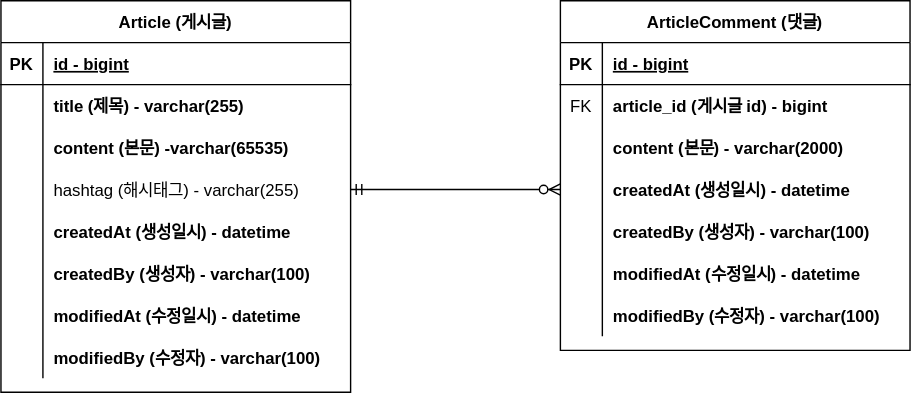
Above: board/docs/board-erd.svg in haerong22/Study (draw.io), before the change. Source tidied: cells renumbered, new cells last; positions are measured from the earlier drawing's top-left corner, leaving out a move shared by most shapes. The source it was exported from:
```xml
<mxGraphModel>
  <root>
    <mxCell id="0" />
    <mxCell id="1" parent="0" />
    <mxCell id="2" value="Article (게시글)" style="shape=table;startSize=30;rowLines=0;fontStyle=1;align=center;" parent="1" vertex="1">
      <mxGeometry width="250" height="280" as="geometry" />
    </mxCell>
    <mxCell id="3" style="shape=partialRectangle;fillColor=none;top=0;left=0;right=0;bottom=1;" parent="2" vertex="1">
      <mxGeometry y="30" width="250" height="30" as="geometry" />
    </mxCell>
    <mxCell id="4" value="PK" style="shape=partialRectangle;overflow=hidden;fillColor=none;top=0;left=0;bottom=0;right=0;fontStyle=1;" parent="3" vertex="1">
      <mxGeometry width="30" height="30" as="geometry" />
    </mxCell>
    <mxCell id="5" value="id - bigint" style="shape=partialRectangle;overflow=hidden;fillColor=none;top=0;left=0;bottom=0;right=0;align=left;spacingLeft=6;fontStyle=5;" parent="3" vertex="1">
      <mxGeometry x="30" width="220" height="30" as="geometry" />
    </mxCell>
    <mxCell id="6" style="shape=partialRectangle;fillColor=none;top=0;left=0;right=0;bottom=0;" parent="2" vertex="1">
      <mxGeometry y="60" width="250" height="30" as="geometry" />
    </mxCell>
    <mxCell id="7" style="shape=partialRectangle;overflow=hidden;fillColor=none;top=0;left=0;bottom=0;right=0;" parent="6" vertex="1">
      <mxGeometry width="30" height="30" as="geometry" />
    </mxCell>
    <mxCell id="8" value="title (제목) - varchar(255)" style="shape=partialRectangle;overflow=hidden;fillColor=none;top=0;left=0;bottom=0;right=0;align=left;spacingLeft=6;fontStyle=1;" parent="6" vertex="1">
      <mxGeometry x="30" width="220" height="30" as="geometry" />
    </mxCell>
    <mxCell id="9" style="shape=partialRectangle;fillColor=none;top=0;left=0;right=0;bottom=0;" parent="2" vertex="1">
      <mxGeometry y="90" width="250" height="30" as="geometry" />
    </mxCell>
    <mxCell id="10" style="shape=partialRectangle;overflow=hidden;fillColor=none;top=0;left=0;bottom=0;right=0;" parent="9" vertex="1">
      <mxGeometry width="30" height="30" as="geometry" />
    </mxCell>
    <mxCell id="11" value="content (본문) -varchar(65535)" style="shape=partialRectangle;overflow=hidden;fillColor=none;top=0;left=0;bottom=0;right=0;align=left;spacingLeft=6;fontStyle=1;" parent="9" vertex="1">
      <mxGeometry x="30" width="220" height="30" as="geometry" />
    </mxCell>
    <mxCell id="12" style="shape=partialRectangle;fillColor=none;points=[[0,0.5],[1,0.5]];portConstraint=eastwest;top=0;left=0;right=0;bottom=0;" parent="2" vertex="1">
      <mxGeometry y="120" width="250" height="30" as="geometry" />
    </mxCell>
    <mxCell id="13" style="shape=partialRectangle;overflow=hidden;fillColor=none;top=0;left=0;bottom=0;right=0;" parent="12" vertex="1">
      <mxGeometry width="30" height="30" as="geometry" />
    </mxCell>
    <mxCell id="14" value="hashtag (해시태그) - varchar(255)" style="shape=partialRectangle;overflow=hidden;fillColor=none;top=0;left=0;bottom=0;right=0;align=left;spacingLeft=6;" parent="12" vertex="1">
      <mxGeometry x="30" width="220" height="30" as="geometry" />
    </mxCell>
    <mxCell id="15" style="shape=partialRectangle;fillColor=none;top=0;left=0;right=0;bottom=0;" parent="2" vertex="1">
      <mxGeometry y="150" width="250" height="30" as="geometry" />
    </mxCell>
    <mxCell id="16" style="shape=partialRectangle;overflow=hidden;fillColor=none;top=0;left=0;bottom=0;right=0;" parent="15" vertex="1">
      <mxGeometry width="30" height="30" as="geometry" />
    </mxCell>
    <mxCell id="17" value="createdAt (생성일시) - datetime" style="shape=partialRectangle;overflow=hidden;fillColor=none;top=0;left=0;bottom=0;right=0;align=left;spacingLeft=6;fontStyle=1;" parent="15" vertex="1">
      <mxGeometry x="30" width="220" height="30" as="geometry" />
    </mxCell>
    <mxCell id="18" style="shape=partialRectangle;fillColor=none;top=0;left=0;right=0;bottom=0;" parent="2" vertex="1">
      <mxGeometry y="180" width="250" height="30" as="geometry" />
    </mxCell>
    <mxCell id="19" style="shape=partialRectangle;overflow=hidden;fillColor=none;top=0;left=0;bottom=0;right=0;" parent="18" vertex="1">
      <mxGeometry width="30" height="30" as="geometry" />
    </mxCell>
    <mxCell id="20" value="createdBy (생성자) - varchar(100)" style="shape=partialRectangle;overflow=hidden;fillColor=none;top=0;left=0;bottom=0;right=0;align=left;spacingLeft=6;fontStyle=1;" parent="18" vertex="1">
      <mxGeometry x="30" width="220" height="30" as="geometry" />
    </mxCell>
    <mxCell id="21" style="shape=partialRectangle;fillColor=none;top=0;left=0;right=0;bottom=0;" parent="2" vertex="1">
      <mxGeometry y="210" width="250" height="30" as="geometry" />
    </mxCell>
    <mxCell id="22" style="shape=partialRectangle;overflow=hidden;fillColor=none;top=0;left=0;bottom=0;right=0;" parent="21" vertex="1">
      <mxGeometry width="30" height="30" as="geometry" />
    </mxCell>
    <mxCell id="23" value="modifiedAt (수정일시) - datetime" style="shape=partialRectangle;overflow=hidden;fillColor=none;top=0;left=0;bottom=0;right=0;align=left;spacingLeft=6;fontStyle=1;" parent="21" vertex="1">
      <mxGeometry x="30" width="220" height="30" as="geometry" />
    </mxCell>
    <mxCell id="24" style="shape=partialRectangle;fillColor=none;top=0;left=0;right=0;bottom=0;" parent="2" vertex="1">
      <mxGeometry y="240" width="250" height="30" as="geometry" />
    </mxCell>
    <mxCell id="25" style="shape=partialRectangle;overflow=hidden;fillColor=none;top=0;left=0;bottom=0;right=0;" parent="24" vertex="1">
      <mxGeometry width="30" height="30" as="geometry" />
    </mxCell>
    <mxCell id="26" value="modifiedBy (수정자) - varchar(100)" style="shape=partialRectangle;overflow=hidden;fillColor=none;top=0;left=0;bottom=0;right=0;align=left;spacingLeft=6;fontStyle=1;" parent="24" vertex="1">
      <mxGeometry x="30" width="220" height="30" as="geometry" />
    </mxCell>
    <mxCell id="27" value="ArticleComment (댓글)" style="shape=table;startSize=30;rowLines=0;fontStyle=1;align=center;" parent="1" vertex="1">
      <mxGeometry x="400" width="250" height="250" as="geometry" />
    </mxCell>
    <mxCell id="28" style="shape=partialRectangle;fillColor=none;top=0;left=0;right=0;bottom=1;" parent="27" vertex="1">
      <mxGeometry y="30" width="250" height="30" as="geometry" />
    </mxCell>
    <mxCell id="29" value="PK" style="shape=partialRectangle;overflow=hidden;fillColor=none;top=0;left=0;bottom=0;right=0;fontStyle=1;" parent="28" vertex="1">
      <mxGeometry width="30" height="30" as="geometry" />
    </mxCell>
    <mxCell id="30" value="id - bigint" style="shape=partialRectangle;overflow=hidden;fillColor=none;top=0;left=0;bottom=0;right=0;align=left;spacingLeft=6;fontStyle=5;" parent="28" vertex="1">
      <mxGeometry x="30" width="220" height="30" as="geometry" />
    </mxCell>
    <mxCell id="31" style="shape=partialRectangle;fillColor=none;top=0;left=0;right=0;bottom=0;" parent="27" vertex="1">
      <mxGeometry y="60" width="250" height="30" as="geometry" />
    </mxCell>
    <mxCell id="32" value="FK" style="shape=partialRectangle;overflow=hidden;fillColor=none;top=0;left=0;bottom=0;right=0;" parent="31" vertex="1">
      <mxGeometry width="30" height="30" as="geometry" />
    </mxCell>
    <mxCell id="33" value="article_id (게시글 id) - bigint" style="shape=partialRectangle;overflow=hidden;fillColor=none;top=0;left=0;bottom=0;right=0;align=left;spacingLeft=6;fontStyle=1;" parent="31" vertex="1">
      <mxGeometry x="30" width="220" height="30" as="geometry" />
    </mxCell>
    <mxCell id="34" style="shape=partialRectangle;fillColor=none;top=0;left=0;right=0;bottom=0;" parent="27" vertex="1">
      <mxGeometry y="90" width="250" height="30" as="geometry" />
    </mxCell>
    <mxCell id="35" style="shape=partialRectangle;overflow=hidden;fillColor=none;top=0;left=0;bottom=0;right=0;" parent="34" vertex="1">
      <mxGeometry width="30" height="30" as="geometry" />
    </mxCell>
    <mxCell id="36" value="content (본문) - varchar(2000)" style="shape=partialRectangle;overflow=hidden;fillColor=none;top=0;left=0;bottom=0;right=0;align=left;spacingLeft=6;fontStyle=1;" parent="34" vertex="1">
      <mxGeometry x="30" width="220" height="30" as="geometry" />
    </mxCell>
    <mxCell id="37" style="shape=partialRectangle;fillColor=none;points=[[0,0.5],[1,0.5]];portConstraint=eastwest;top=0;left=0;right=0;bottom=0;" parent="27" vertex="1">
      <mxGeometry y="120" width="250" height="30" as="geometry" />
    </mxCell>
    <mxCell id="38" style="shape=partialRectangle;overflow=hidden;fillColor=none;top=0;left=0;bottom=0;right=0;" parent="37" vertex="1">
      <mxGeometry width="30" height="30" as="geometry" />
    </mxCell>
    <mxCell id="39" value="createdAt (생성일시) - datetime" style="shape=partialRectangle;overflow=hidden;fillColor=none;top=0;left=0;bottom=0;right=0;align=left;spacingLeft=6;fontStyle=1;" parent="37" vertex="1">
      <mxGeometry x="30" width="220" height="30" as="geometry" />
    </mxCell>
    <mxCell id="40" style="shape=partialRectangle;fillColor=none;top=0;left=0;right=0;bottom=0;" parent="27" vertex="1">
      <mxGeometry y="150" width="250" height="30" as="geometry" />
    </mxCell>
    <mxCell id="41" style="shape=partialRectangle;overflow=hidden;fillColor=none;top=0;left=0;bottom=0;right=0;" parent="40" vertex="1">
      <mxGeometry width="30" height="30" as="geometry" />
    </mxCell>
    <mxCell id="42" value="createdBy (생성자) - varchar(100)" style="shape=partialRectangle;overflow=hidden;fillColor=none;top=0;left=0;bottom=0;right=0;align=left;spacingLeft=6;fontStyle=1;" parent="40" vertex="1">
      <mxGeometry x="30" width="220" height="30" as="geometry" />
    </mxCell>
    <mxCell id="43" style="shape=partialRectangle;fillColor=none;top=0;left=0;right=0;bottom=0;" parent="27" vertex="1">
      <mxGeometry y="180" width="250" height="30" as="geometry" />
    </mxCell>
    <mxCell id="44" style="shape=partialRectangle;overflow=hidden;fillColor=none;top=0;left=0;bottom=0;right=0;" parent="43" vertex="1">
      <mxGeometry width="30" height="30" as="geometry" />
    </mxCell>
    <mxCell id="45" value="modifiedAt (수정일시) - datetime" style="shape=partialRectangle;overflow=hidden;fillColor=none;top=0;left=0;bottom=0;right=0;align=left;spacingLeft=6;fontStyle=1;" parent="43" vertex="1">
      <mxGeometry x="30" width="220" height="30" as="geometry" />
    </mxCell>
    <mxCell id="46" style="shape=partialRectangle;fillColor=none;top=0;left=0;right=0;bottom=0;" parent="27" vertex="1">
      <mxGeometry y="210" width="250" height="30" as="geometry" />
    </mxCell>
    <mxCell id="47" style="shape=partialRectangle;overflow=hidden;fillColor=none;top=0;left=0;bottom=0;right=0;" parent="46" vertex="1">
      <mxGeometry width="30" height="30" as="geometry" />
    </mxCell>
    <mxCell id="48" value="modifiedBy (수정자) - varchar(100)" style="shape=partialRectangle;overflow=hidden;fillColor=none;top=0;left=0;bottom=0;right=0;align=left;spacingLeft=6;fontStyle=1;" parent="46" vertex="1">
      <mxGeometry x="30" width="220" height="30" as="geometry" />
    </mxCell>
    <mxCell id="49" style="edgeStyle=entityRelationEdgeStyle;fontSize=12;html=1;endArrow=ERzeroToMany;startArrow=ERmandOne;rounded=0;exitX=1;exitY=0.5;exitDx=0;exitDy=0;" parent="1" edge="1" source="12" target="37">
      <mxGeometry relative="1" as="geometry" />
    </mxCell>
  </root>
</mxGraphModel>
```
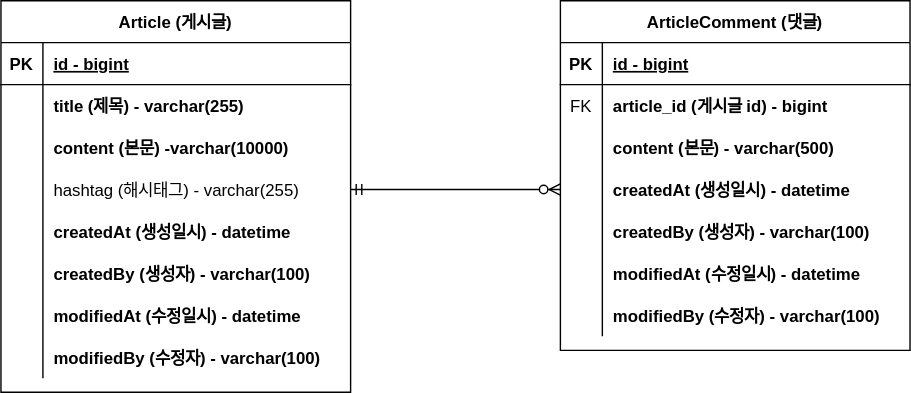
After the change.

Commit message:
#16 board : entity - article

The edit, as a diff of the source:
```diff
@@ -29,7 +29,7 @@
     <mxCell id="10" style="shape=partialRectangle;overflow=hidden;fillColor=none;top=0;left=0;bottom=0;right=0;" parent="9" vertex="1">
       <mxGeometry width="30" height="30" as="geometry" />
     </mxCell>
-    <mxCell id="11" value="content (본문) -varchar(65535)" style="shape=partialRectangle;overflow=hidden;fillColor=none;top=0;left=0;bottom=0;right=0;align=left;spacingLeft=6;fontStyle=1;" parent="9" vertex="1">
+    <mxCell id="11" value="content (본문) -varchar(10000)" style="shape=partialRectangle;overflow=hidden;fillColor=none;top=0;left=0;bottom=0;right=0;align=left;spacingLeft=6;fontStyle=1;" parent="9" vertex="1">
       <mxGeometry x="30" width="220" height="30" as="geometry" />
     </mxCell>
     <mxCell id="12" style="shape=partialRectangle;fillColor=none;points=[[0,0.5],[1,0.5]];portConstraint=eastwest;top=0;left=0;right=0;bottom=0;" parent="2" vertex="1">
@@ -104,7 +104,7 @@
     <mxCell id="35" style="shape=partialRectangle;overflow=hidden;fillColor=none;top=0;left=0;bottom=0;right=0;" parent="34" vertex="1">
       <mxGeometry width="30" height="30" as="geometry" />
     </mxCell>
-    <mxCell id="36" value="content (본문) - varchar(2000)" style="shape=partialRectangle;overflow=hidden;fillColor=none;top=0;left=0;bottom=0;right=0;align=left;spacingLeft=6;fontStyle=1;" parent="34" vertex="1">
+    <mxCell id="36" value="content (본문) - varchar(500)" style="shape=partialRectangle;overflow=hidden;fillColor=none;top=0;left=0;bottom=0;right=0;align=left;spacingLeft=6;fontStyle=1;" parent="34" vertex="1">
       <mxGeometry x="30" width="220" height="30" as="geometry" />
     </mxCell>
     <mxCell id="37" style="shape=partialRectangle;fillColor=none;points=[[0,0.5],[1,0.5]];portConstraint=eastwest;top=0;left=0;right=0;bottom=0;" parent="27" vertex="1">
```
